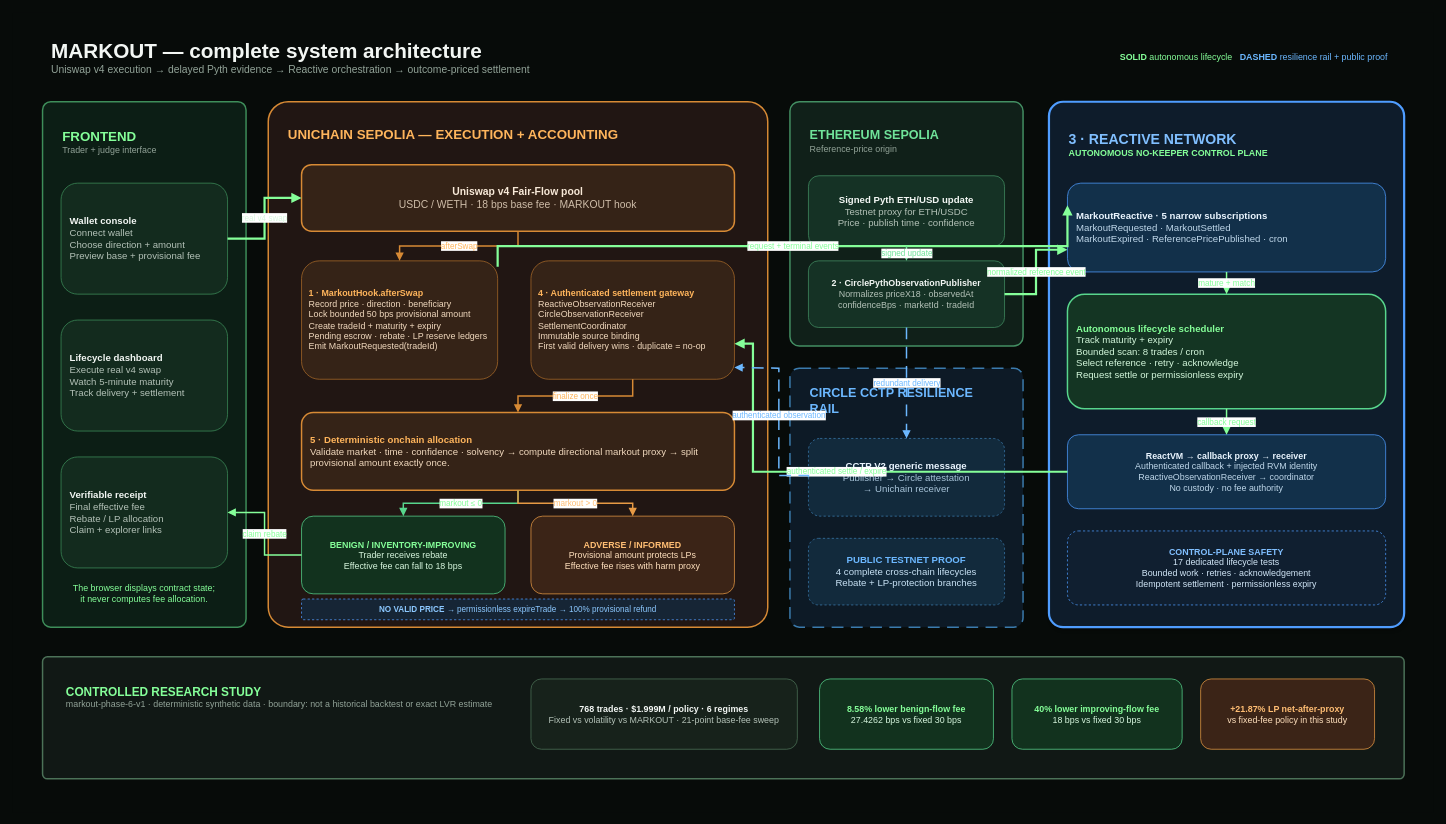
Above: page "01 Complete Architecture" (1 of 2) of docs/diagrams/MARKOUT_ARCHITECTURE.drawio in RudraBhaskar9439/markout-hook (draw.io), before the change. Source tidied: cells renumbered, new cells numbered last; positions are measured from the earlier drawing's top-left corner, leaving out a move shared by most shapes. Both pictures are drawn from the tidied source at 74%, with x=0, y=0 at pixel (13, 13).
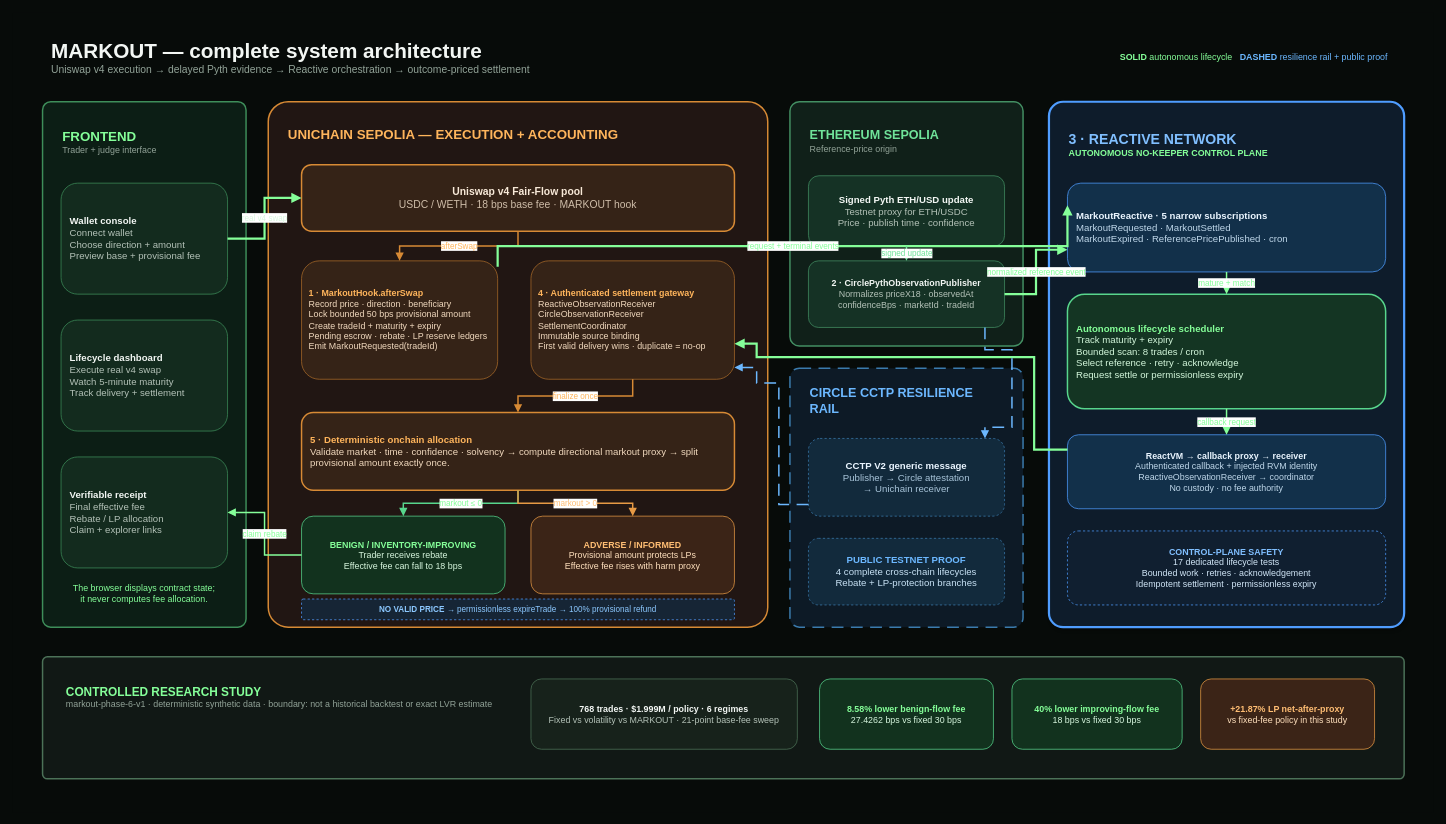
The same diagram, later.

Commit message (it also covers changes not shown here):
docs: remove architecture label and connector overlaps

Unchanged cells that the change refers to:
```xml
<mxCell id="15" value="&lt;font color=&quot;#FFB55C&quot;&gt;&lt;b&gt;4 · Authenticated settlement gateway&lt;/b&gt;&lt;/font&gt;&lt;br&gt;&lt;font color=&quot;#F1D9BE&quot;&gt;ReactiveObservationReceiver&lt;br&gt;CircleObservationReceiver&lt;br&gt;SettlementCoordinator&lt;br&gt;Immutable source binding&lt;br&gt;First valid delivery wins · duplicate = no-op&lt;/font&gt;" style="rounded=1;whiteSpace=wrap;html=1;fillColor=#352317;strokeColor=#A96A29;fontSize=12;spacing=10;align=left;" parent="1" vertex="1">
  <mxGeometry x="700" y="335" width="275" height="160" as="geometry" />
</mxCell>
<mxCell id="23" value="&lt;font color=&quot;#F3F7F4&quot;&gt;&lt;b&gt;2 · CirclePythObservationPublisher&lt;/b&gt;&lt;/font&gt;&lt;br&gt;&lt;font color=&quot;#B4C2B8&quot;&gt;Normalizes priceX18 · observedAt&lt;br&gt;confidenceBps · marketId · tradeId&lt;/font&gt;" style="rounded=1;whiteSpace=wrap;html=1;fillColor=#153225;strokeColor=#438F63;fontSize=12;align=center;" parent="1" vertex="1">
  <mxGeometry x="1075" y="335" width="265" height="90" as="geometry" />
</mxCell>
<mxCell id="26" value="&lt;font color=&quot;#EAF5FF&quot;&gt;&lt;b&gt;CCTP V2 generic message&lt;/b&gt;&lt;/font&gt;&lt;br&gt;&lt;font color=&quot;#A9C5DA&quot;&gt;Publisher → Circle attestation&lt;br&gt;→ Unichain receiver&lt;/font&gt;" style="rounded=1;whiteSpace=wrap;html=1;fillColor=#122A3C;strokeColor=#3B7BAD;dashed=1;fontSize=13;align=center;" parent="1" vertex="1">
  <mxGeometry x="1075" y="575" width="265" height="105" as="geometry" />
</mxCell>
<mxCell id="32" value="&lt;font color=&quot;#EAF5FF&quot;&gt;&lt;b&gt;ReactVM → callback proxy → receiver&lt;/b&gt;&lt;/font&gt;&lt;br&gt;&lt;font color=&quot;#BFD7EA&quot;&gt;Authenticated callback + injected RVM identity&lt;br&gt;ReactiveObservationReceiver → coordinator&lt;br&gt;No custody · no fee authority&lt;/font&gt;" style="rounded=1;whiteSpace=wrap;html=1;fillColor=#12304A;strokeColor=#4F9DFF;fontSize=12;align=center;" parent="1" vertex="1">
  <mxGeometry x="1425" y="570" width="430" height="100" as="geometry" />
</mxCell>
```

What changed in the source:
```diff
@@
-    <mxCell id="47" value="authenticated settle / expire" style="edgeStyle=orthogonalEdgeStyle;rounded=0;html=1;strokeColor=#85FF99;strokeWidth=3;fontColor=#85FF99;endArrow=block;endFill=1;exitX=0;exitY=0.5;entryX=1;entryY=0.7;" parent="1" edge="1" source="32" target="15">
+    <mxCell id="47" style="edgeStyle=orthogonalEdgeStyle;rounded=0;html=1;strokeColor=#85FF99;strokeWidth=3;endArrow=block;endFill=1;exitX=0;exitY=0.2;entryX=1;entryY=0.7;" parent="1" edge="1" source="32" target="15">
       <mxGeometry relative="1" as="geometry">
         <Array as="points">
-          <mxPoint x="1380" y="620" />
-          <mxPoint x="1000" y="620" />
-          <mxPoint x="1000" y="450" />
+          <mxPoint x="1380" y="590" />
+          <mxPoint x="1380" y="465" />
+          <mxPoint x="1005" y="465" />
+          <mxPoint x="1005" y="447" />
         </Array>
       </mxGeometry>
     </mxCell>
-    <mxCell id="48" value="redundant delivery" style="edgeStyle=orthogonalEdgeStyle;rounded=0;html=1;strokeColor=#6CB8FF;strokeWidth=2;dashed=1;dashPattern=8 5;fontColor=#6CB8FF;endArrow=block;endFill=1;" parent="1" edge="1" source="23" target="26">
-      <mxGeometry relative="1" as="geometry" />
+    <mxCell id="48" style="edgeStyle=orthogonalEdgeStyle;rounded=0;html=1;strokeColor=#6CB8FF;strokeWidth=2;dashed=1;dashPattern=8 5;endArrow=block;endFill=1;exitX=0.9;exitY=1;entryX=0.9;entryY=0;" parent="1" edge="1" source="23" target="26">
+      <mxGeometry relative="1" as="geometry">
+        <Array as="points">
+          <mxPoint x="1350" y="455" />
+          <mxPoint x="1350" y="560" />
+        </Array>
+      </mxGeometry>
     </mxCell>
-    <mxCell id="49" value="authenticated observation" style="edgeStyle=orthogonalEdgeStyle;rounded=0;html=1;strokeColor=#6CB8FF;strokeWidth=2;dashed=1;dashPattern=8 5;fontColor=#6CB8FF;endArrow=block;endFill=1;exitX=0;exitY=0.5;entryX=1;entryY=0.9;" parent="1" edge="1" source="26" target="15">
+    <mxCell id="49" style="edgeStyle=orthogonalEdgeStyle;rounded=0;html=1;strokeColor=#6CB8FF;strokeWidth=2;dashed=1;dashPattern=8 5;endArrow=block;endFill=1;exitX=0;exitY=0.85;entryX=1;entryY=0.9;" parent="1" edge="1" source="26" target="15">
       <mxGeometry relative="1" as="geometry">
         <Array as="points">
-          <mxPoint x="1035" y="625" />
-          <mxPoint x="1035" y="480" />
+          <mxPoint x="1035" y="664" />
+          <mxPoint x="1035" y="500" />
+          <mxPoint x="1005" y="500" />
+          <mxPoint x="1005" y="479" />
         </Array>
       </mxGeometry>
     </mxCell>
```
